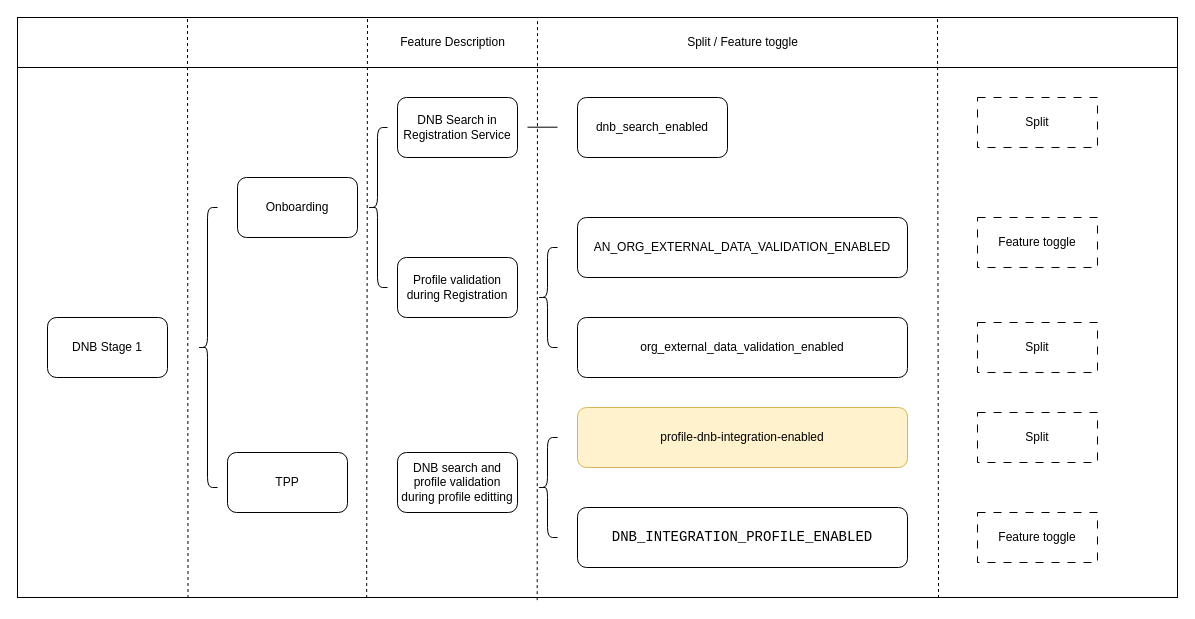
huangshijie/Drawio keeps this draw.io diagram as page "Feature toggle relationship" (1 of 5) of DNB.drawio. Above is the earlier version. Source tidied: cells renumbered, new cells numbered last; positions are measured from the earlier drawing's top-left corner, leaving out a move shared by most shapes. Both pictures are drawn from the tidied source at 100%, with x=0, y=0 at pixel (17, 17).
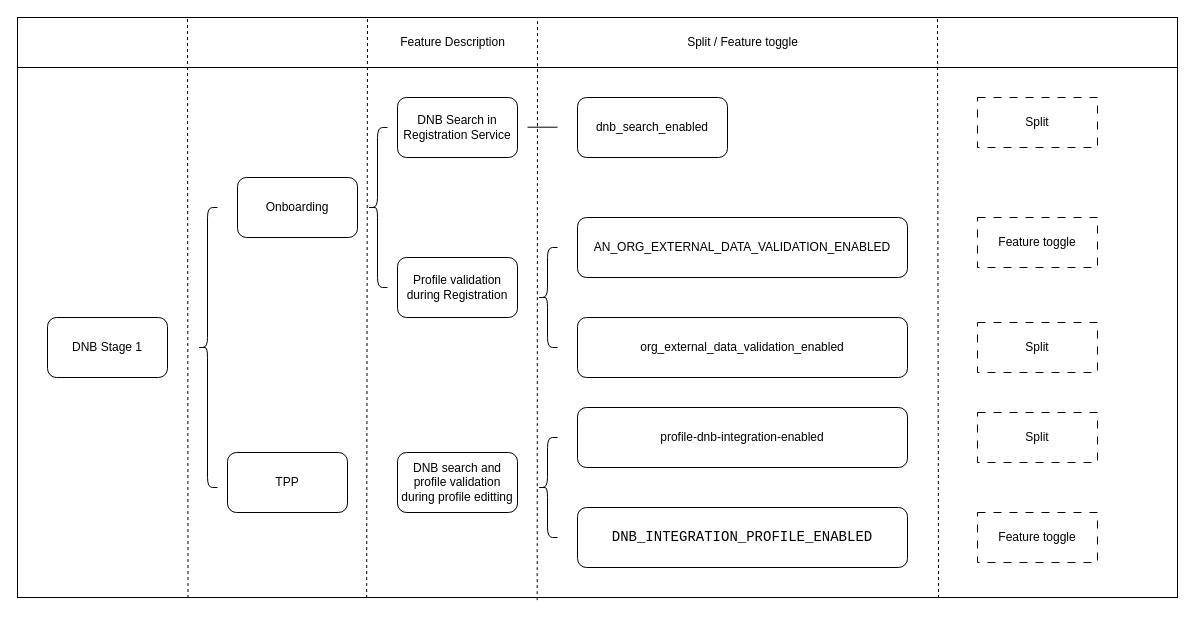
Above is the later version.

Unchanged cells that the change refers to:
```xml
<mxCell id="2" style="group;" parent="1" vertex="1">
  <mxGeometry width="1160" height="580" as="geometry" />
</mxCell>
```

What changed in the source:
```diff
@@
-    <mxCell id="16" value="profile-dnb-integration-enabled" style="rounded=1;whiteSpace=wrap;html=1;fillColor=#fff2cc;strokeColor=#d6b656;" parent="2" vertex="1">
+    <mxCell id="16" value="profile-dnb-integration-enabled" style="rounded=1;whiteSpace=wrap;html=1;" parent="2" vertex="1">
       <mxGeometry x="560" y="390" width="330" height="60" as="geometry" />
     </mxCell>
```
